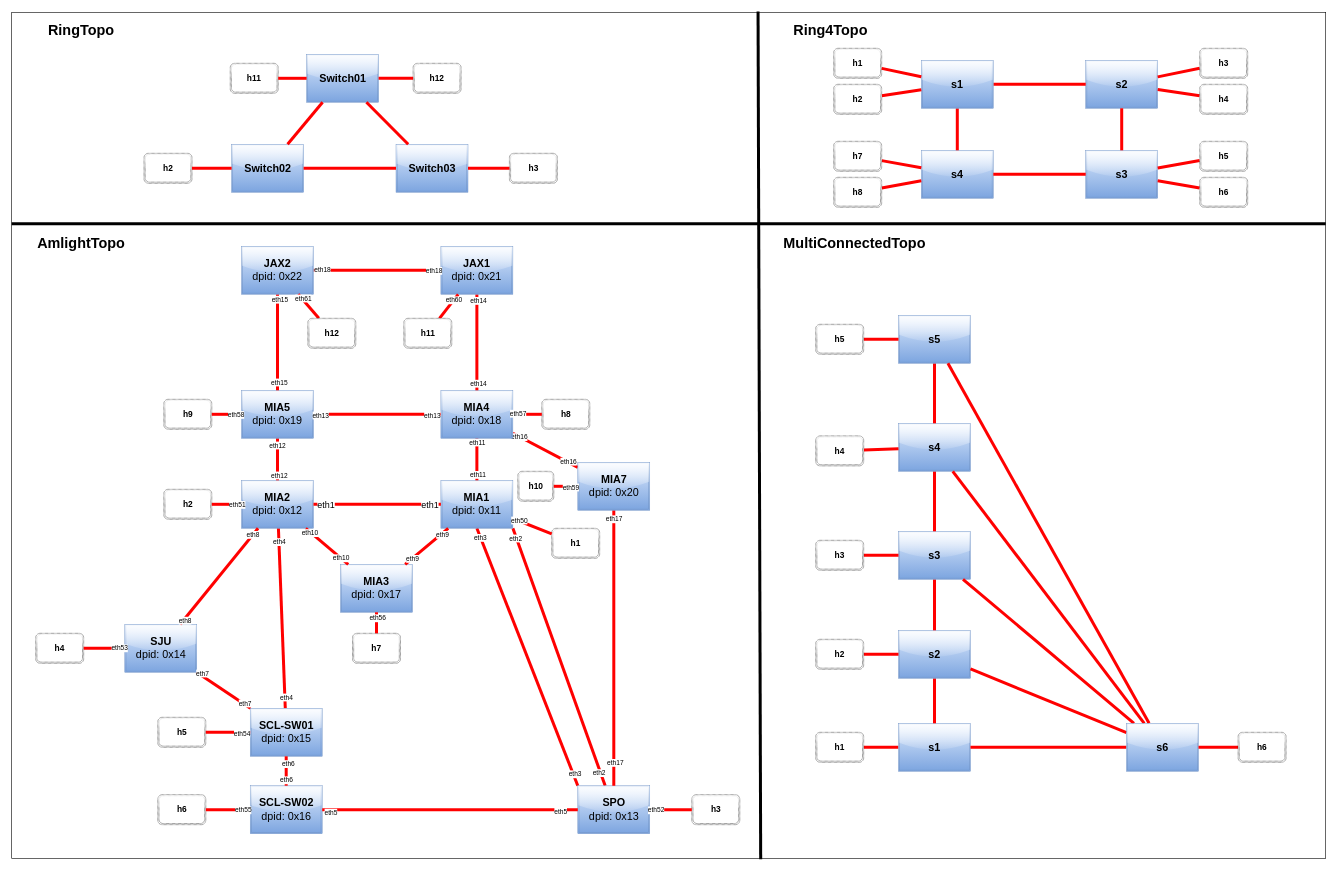
The draw.io diagram images/Mininet-Topologies.drawio in kytos/end-to-end-tests, before the edit. Source tidied: cells renumbered, new cells numbered last; positions are measured from the earlier drawing's top-left corner, leaving out a move shared by most shapes. Both pictures are drawn from the tidied source at 60%, with x=0, y=0 at pixel (11, 12).
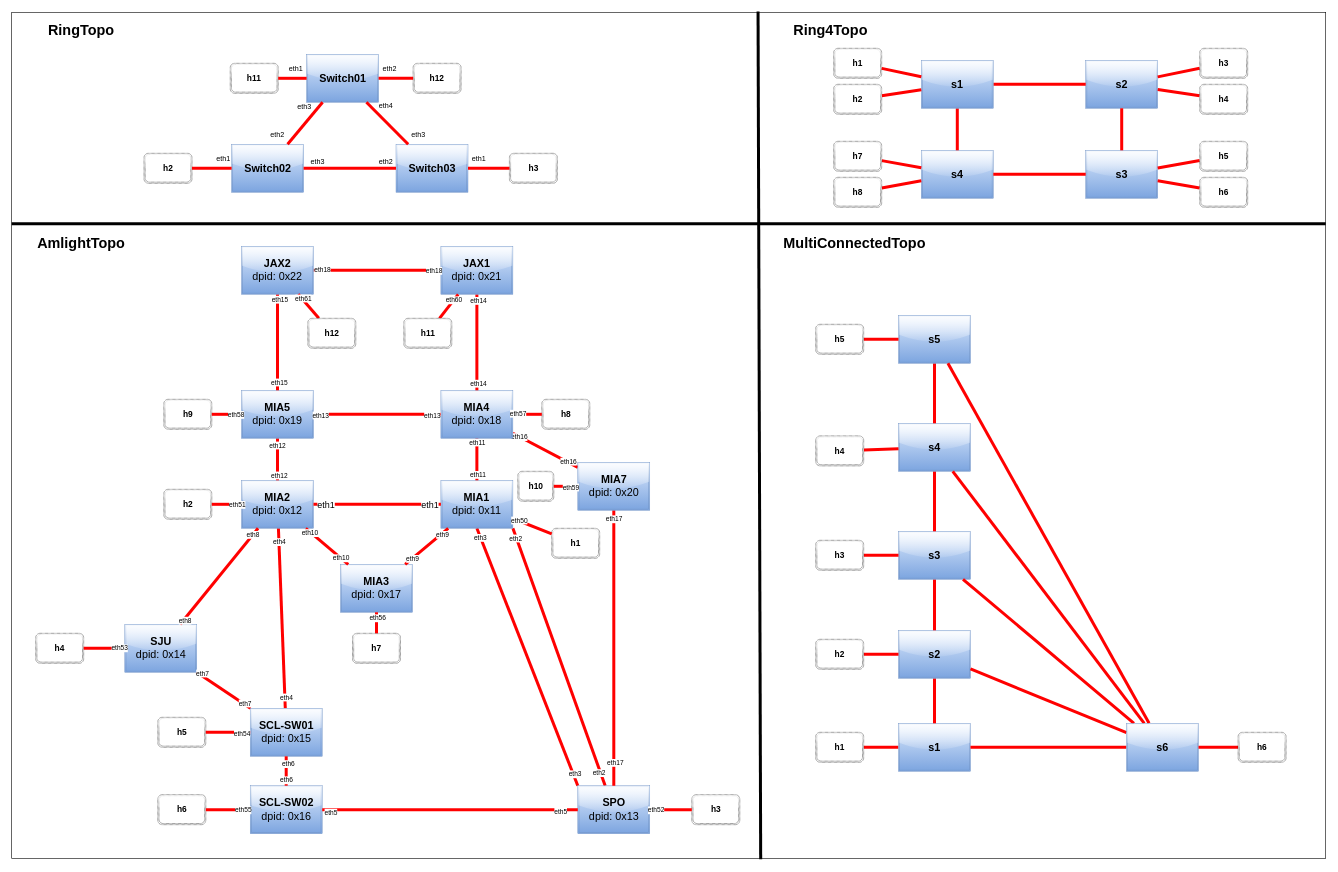
Above is the later version.

Commit message:
Added interface labels on drawio Ring topo

What changed in the source:
```diff
@@
+    <mxCell id="175" value="eth4" style="text;html=1;strokeColor=none;fillColor=none;align=center;verticalAlign=middle;whiteSpace=wrap;rounded=0;" parent="1" vertex="1">
+      <mxGeometry x="593.5" y="141" width="60" height="30" as="geometry" />
+    </mxCell>
+    <mxCell id="176" value="eth3" style="text;html=1;strokeColor=none;fillColor=none;align=center;verticalAlign=middle;whiteSpace=wrap;rounded=0;" parent="1" vertex="1">
+      <mxGeometry x="648" y="190" width="60" height="30" as="geometry" />
+    </mxCell>
+    <mxCell id="177" value="eth3" style="text;html=1;strokeColor=none;fillColor=none;align=center;verticalAlign=middle;whiteSpace=wrap;rounded=0;" parent="1" vertex="1">
+      <mxGeometry x="480" y="235" width="60" height="30" as="geometry" />
+    </mxCell>
+    <mxCell id="178" value="eth2" style="text;html=1;strokeColor=none;fillColor=none;align=center;verticalAlign=middle;whiteSpace=wrap;rounded=0;" parent="1" vertex="1">
+      <mxGeometry x="593.5" y="235" width="60" height="30" as="geometry" />
+    </mxCell>
+    <mxCell id="179" value="eth2" style="text;html=1;strokeColor=none;fillColor=none;align=center;verticalAlign=middle;whiteSpace=wrap;rounded=0;" parent="1" vertex="1">
+      <mxGeometry x="413" y="190" width="60" height="30" as="geometry" />
+    </mxCell>
+    <mxCell id="180" value="eth3" style="text;html=1;strokeColor=none;fillColor=none;align=center;verticalAlign=middle;whiteSpace=wrap;rounded=0;" parent="1" vertex="1">
+      <mxGeometry x="457.5" y="142" width="60" height="30" as="geometry" />
+    </mxCell>
+    <mxCell id="181" value="eth1" style="text;html=1;strokeColor=none;fillColor=none;align=center;verticalAlign=middle;whiteSpace=wrap;rounded=0;" parent="1" vertex="1">
+      <mxGeometry x="444.2" y="80" width="60" height="30" as="geometry" />
+    </mxCell>
+    <mxCell id="182" value="eth2" style="text;html=1;strokeColor=none;fillColor=none;align=center;verticalAlign=middle;whiteSpace=wrap;rounded=0;" parent="1" vertex="1">
+      <mxGeometry x="600" y="80" width="60" height="30" as="geometry" />
+    </mxCell>
+    <mxCell id="183" value="eth1" style="text;html=1;strokeColor=none;fillColor=none;align=center;verticalAlign=middle;whiteSpace=wrap;rounded=0;" parent="1" vertex="1">
+      <mxGeometry x="323" y="230" width="60" height="30" as="geometry" />
+    </mxCell>
+    <mxCell id="184" value="eth1" style="text;html=1;strokeColor=none;fillColor=none;align=center;verticalAlign=middle;whiteSpace=wrap;rounded=0;" parent="1" vertex="1">
+      <mxGeometry x="749" y="230" width="60" height="30" as="geometry" />
+    </mxCell>
```
